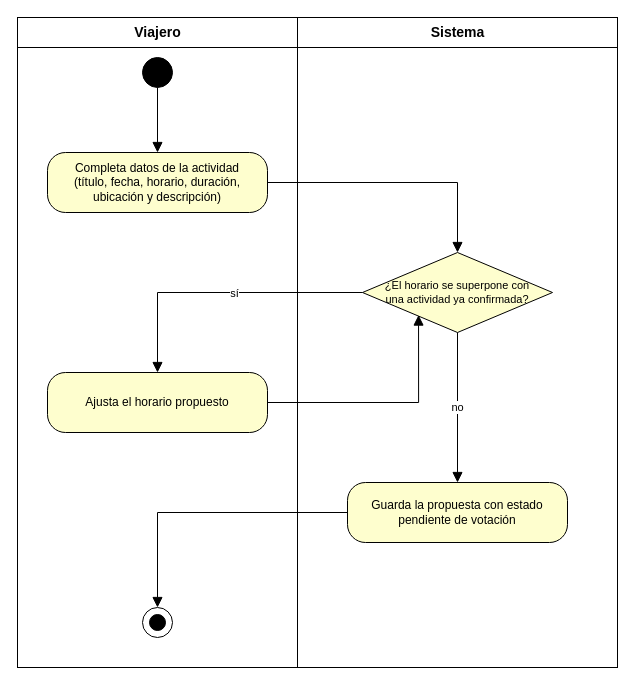
Above: page "Proponiendo actividad" (2 of 11) of docs/diagramas.drawio in tomashsieh7/organizacion_viajes (draw.io), before the change. Source tidied: cells renumbered, new cells numbered last; positions are measured from the earlier drawing's top-left corner, leaving out a move shared by most shapes. Both pictures are drawn from the tidied source at 100%, with x=0, y=0 at pixel (17, 17).
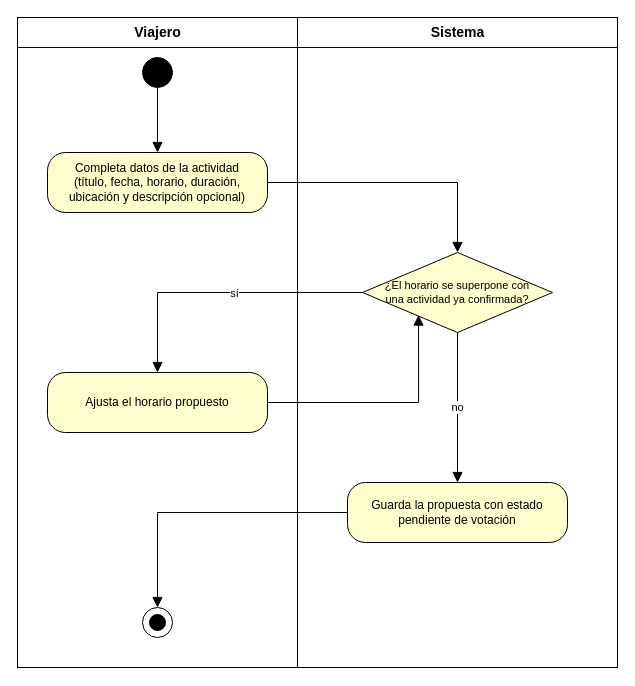
The same diagram, later.

Change to the diagram source:
```diff
@@
-    <mxCell id="7" value="Completa datos de la actividad&lt;br&gt;(título, fecha, horario, duración, ubicación y descripción)" style="rounded=1;whiteSpace=wrap;html=1;fillColor=#FEFECE;strokeColor=light-dark(#000000,#FFFFFF);arcSize=30;fontSize=12;" parent="1" vertex="1">
+    <mxCell id="7" value="Completa datos de la actividad&lt;br&gt;(título, fecha, horario, duración,&lt;br&gt;ubicación y descripción opcional)" style="rounded=1;whiteSpace=wrap;html=1;fillColor=#FEFECE;strokeColor=light-dark(#000000,#FFFFFF);arcSize=30;fontSize=12;" parent="1" vertex="1">
       <mxGeometry x="30" y="135" width="220" height="60" as="geometry" />
     </mxCell>
```
